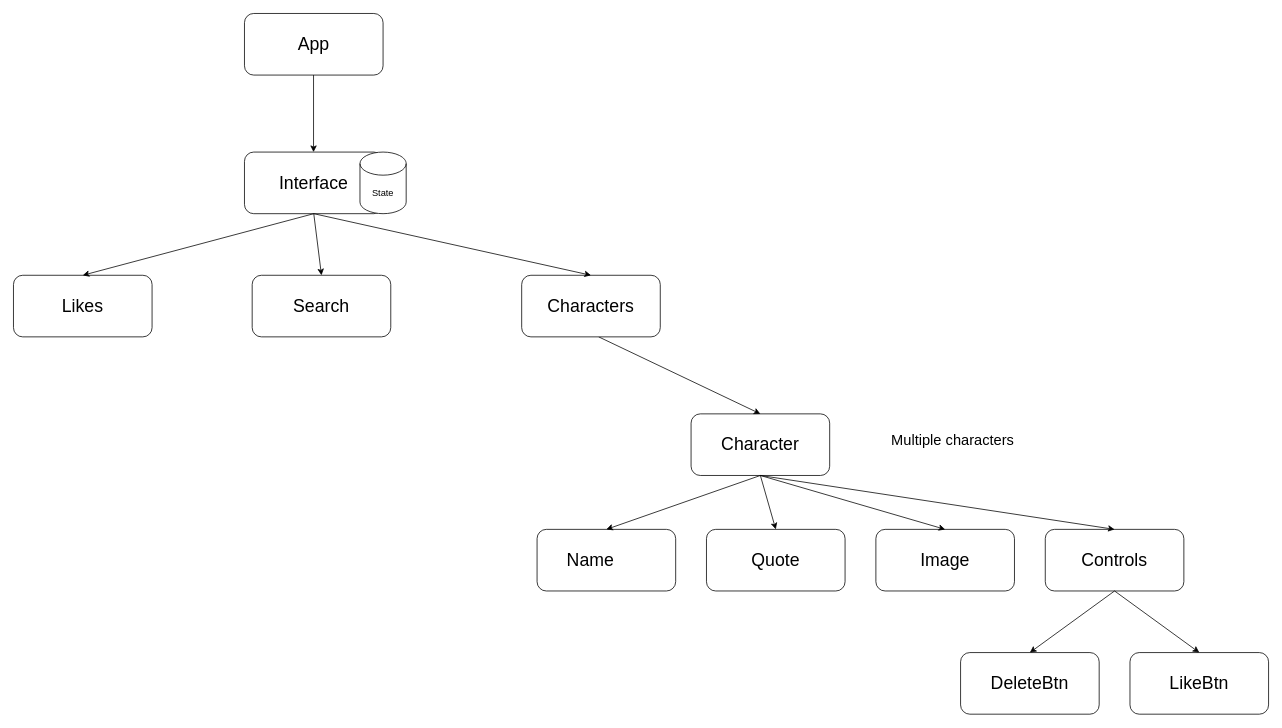
h-bann/react-simpsons-project keeps this draw.io diagram as Simpsons React Project.drawio. Above is the earlier version. Source tidied: cells renumbered, new cells numbered last; positions are measured from the earlier drawing's top-left corner, leaving out a move shared by most shapes. Both pictures are drawn from the tidied source at 77%, with x=0, y=0 at pixel (13, 13).
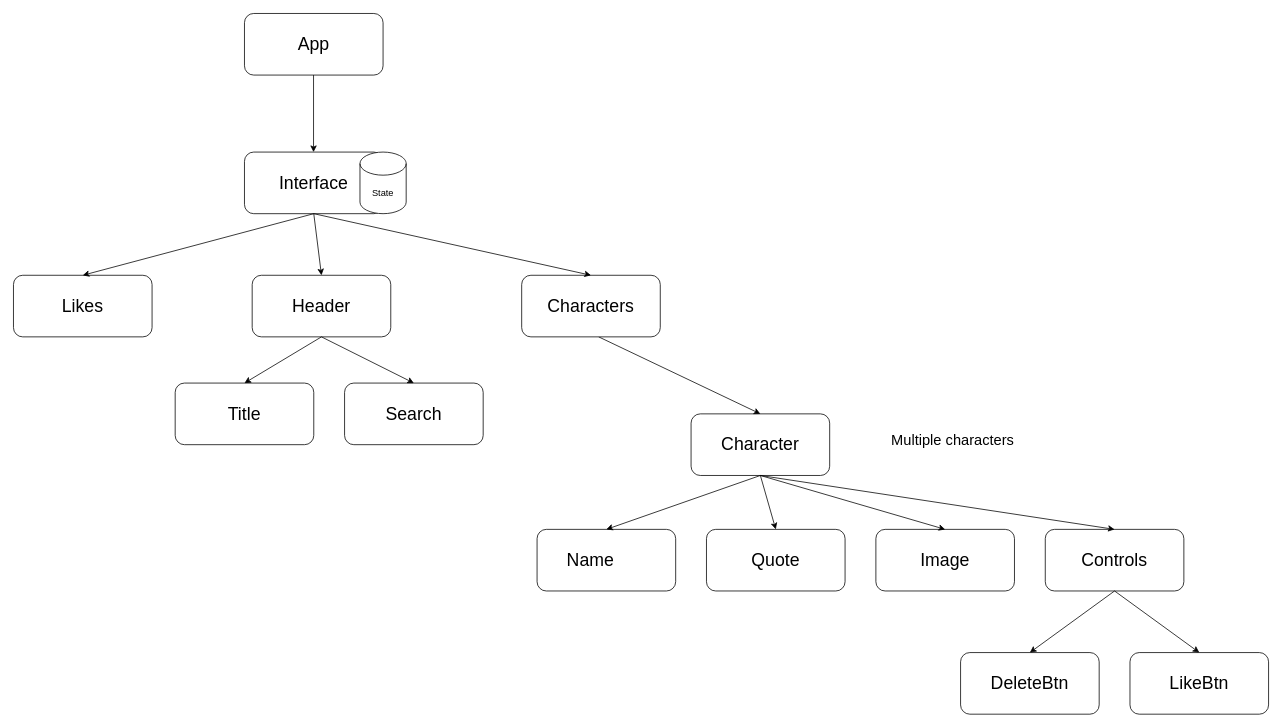
Above is the later version.

What changed in the source:
```diff
@@
-    <mxCell id="24" value="&lt;font style=&quot;font-size: 23px;&quot;&gt;Search&lt;/font&gt;" style="rounded=1;whiteSpace=wrap;html=1;" parent="1" vertex="1">
+    <mxCell id="24" value="&lt;font style=&quot;font-size: 23px;&quot;&gt;Header&lt;/font&gt;" style="rounded=1;whiteSpace=wrap;html=1;" parent="1" vertex="1">
       <mxGeometry x="310" y="340" width="180" height="80" as="geometry" />
     </mxCell>
@@
+    <mxCell id="27" value="&lt;font style=&quot;font-size: 23px;&quot;&gt;Title&lt;/font&gt;" style="rounded=1;whiteSpace=wrap;html=1;" parent="1" vertex="1">
+      <mxGeometry x="210" y="480" width="180" height="80" as="geometry" />
+    </mxCell>
+    <mxCell id="28" value="&lt;span style=&quot;font-size: 23px;&quot;&gt;Search&lt;/span&gt;" style="rounded=1;whiteSpace=wrap;html=1;" parent="1" vertex="1">
+      <mxGeometry x="430" y="480" width="180" height="80" as="geometry" />
+    </mxCell>
+    <mxCell id="29" style="endArrow=classic;html=1;rounded=0;entryX=0.5;entryY=0;entryDx=0;entryDy=0;exitX=0.5;exitY=1;exitDx=0;exitDy=0;" parent="1" edge="1" source="24" target="28">
+      <mxGeometry relative="1" as="geometry" />
+    </mxCell>
+    <mxCell id="30" style="endArrow=classic;html=1;rounded=0;entryX=0.5;entryY=0;entryDx=0;entryDy=0;" parent="1" edge="1" target="27">
+      <mxGeometry relative="1" as="geometry">
+        <mxPoint x="400" y="420" as="sourcePoint" />
+      </mxGeometry>
+    </mxCell>
```
